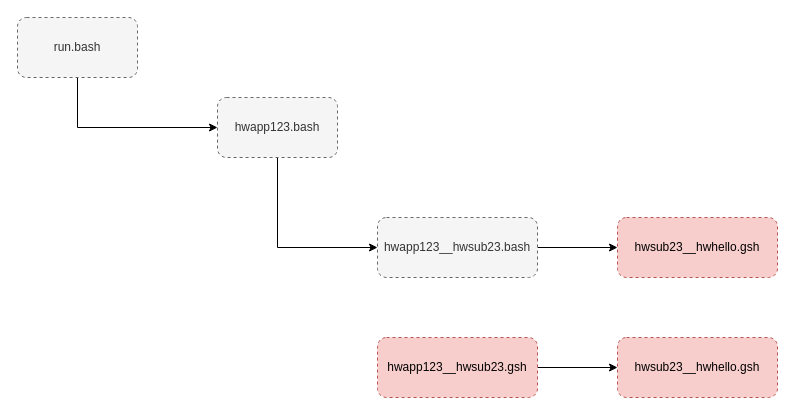
guitarvydas/diagrams-as-syntax keeps this draw.io diagram as page "Page-4" (4 of 4) of phase4/connections.drawio. Above is the earlier version. Source tidied: cells renumbered, new cells numbered last; positions are measured from the earlier drawing's top-left corner, leaving out a move shared by most shapes. Both pictures are drawn from the tidied source at 100%, with x=0, y=0 at pixel (17, 17).
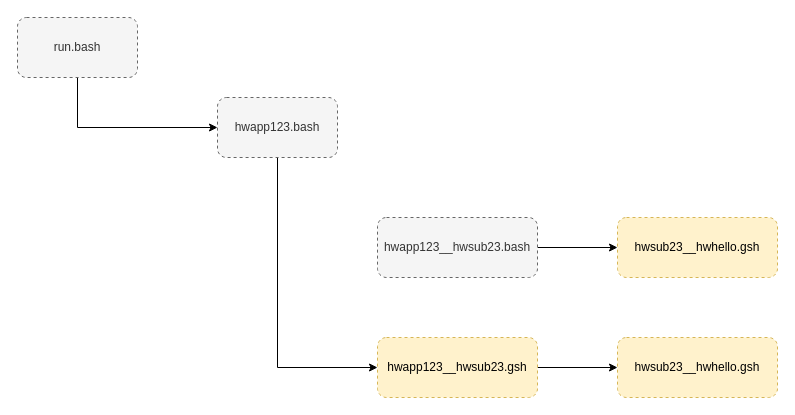
Above is the later version.

Diff of the diagram source:
```diff
@@
 <mxGraphModel>
   <root>
     <mxCell id="0" />
     <mxCell id="1" parent="0" />
     <mxCell id="2" style="edgeStyle=orthogonalEdgeStyle;rounded=0;jettySize=auto;html=1;exitX=0.5;exitY=1;exitDx=0;exitDy=0;entryX=0;entryY=0.5;entryDx=0;entryDy=0;" parent="1" edge="1" source="3" target="5">
       <mxGeometry relative="1" as="geometry" />
     </mxCell>
     <mxCell id="3" value="run.bash" style="rounded=1;whiteSpace=wrap;html=1;dashed=1;fillColor=#f5f5f5;strokeColor=#666666;fontColor=#333333;" parent="1" vertex="1">
       <mxGeometry width="120" height="60" as="geometry" />
     </mxCell>
-    <mxCell id="4" style="edgeStyle=orthogonalEdgeStyle;rounded=0;jettySize=auto;html=1;exitX=0.5;exitY=1;exitDx=0;exitDy=0;entryX=0;entryY=0.5;entryDx=0;entryDy=0;" parent="1" edge="1" source="5" target="7">
+    <mxCell id="4" style="edgeStyle=orthogonalEdgeStyle;rounded=0;jettySize=auto;html=1;exitX=0.5;exitY=1;exitDx=0;exitDy=0;entryX=0;entryY=0.5;entryDx=0;entryDy=0;" parent="1" edge="1" source="5" target="10">
       <mxGeometry relative="1" as="geometry" />
     </mxCell>
     <mxCell id="5" value="hwapp123.bash" style="rounded=1;whiteSpace=wrap;html=1;dashed=1;fillColor=#f5f5f5;strokeColor=#666666;fontColor=#333333;" parent="1" vertex="1">
       <mxGeometry x="200" y="80" width="120" height="60" as="geometry" />
     </mxCell>
     <mxCell id="6" style="edgeStyle=orthogonalEdgeStyle;rounded=0;jettySize=auto;html=1;exitX=1;exitY=0.5;exitDx=0;exitDy=0;entryX=0;entryY=0.5;entryDx=0;entryDy=0;" parent="1" edge="1" source="7" target="8">
       <mxGeometry relative="1" as="geometry" />
     </mxCell>
     <mxCell id="7" value="hwapp123__hwsub23.bash" style="rounded=1;whiteSpace=wrap;html=1;dashed=1;fillColor=#f5f5f5;strokeColor=#666666;fontColor=#333333;" parent="1" vertex="1">
       <mxGeometry x="360" y="200" width="160" height="60" as="geometry" />
     </mxCell>
-    <mxCell id="8" value="hwsub23__hwhello.gsh" style="rounded=1;whiteSpace=wrap;html=1;dashed=1;fillColor=#f8cecc;strokeColor=#b85450;" parent="1" vertex="1">
+    <mxCell id="8" value="hwsub23__hwhello.gsh" style="rounded=1;whiteSpace=wrap;html=1;dashed=1;fillColor=#fff2cc;strokeColor=#d6b656;" parent="1" vertex="1">
       <mxGeometry x="600" y="200" width="160" height="60" as="geometry" />
     </mxCell>
     <mxCell id="9" style="edgeStyle=orthogonalEdgeStyle;rounded=0;jettySize=auto;html=1;exitX=1;exitY=0.5;exitDx=0;exitDy=0;entryX=0;entryY=0.5;entryDx=0;entryDy=0;" parent="1" edge="1" source="10" target="11">
       <mxGeometry relative="1" as="geometry" />
     </mxCell>
-    <mxCell id="10" value="hwapp123__hwsub23.gsh" style="rounded=1;whiteSpace=wrap;html=1;dashed=1;fillColor=#f8cecc;strokeColor=#b85450;" parent="1" vertex="1">
+    <mxCell id="10" value="hwapp123__hwsub23.gsh" style="rounded=1;whiteSpace=wrap;html=1;dashed=1;fillColor=#fff2cc;strokeColor=#d6b656;" parent="1" vertex="1">
       <mxGeometry x="360" y="320" width="160" height="60" as="geometry" />
     </mxCell>
-    <mxCell id="11" value="hwsub23__hwhello.gsh" style="rounded=1;whiteSpace=wrap;html=1;dashed=1;fillColor=#f8cecc;strokeColor=#b85450;" parent="1" vertex="1">
+    <mxCell id="11" value="hwsub23__hwhello.gsh" style="rounded=1;whiteSpace=wrap;html=1;dashed=1;fillColor=#fff2cc;strokeColor=#d6b656;" parent="1" vertex="1">
       <mxGeometry x="600" y="320" width="160" height="60" as="geometry" />
     </mxCell>
   </root>
 </mxGraphModel>
```
